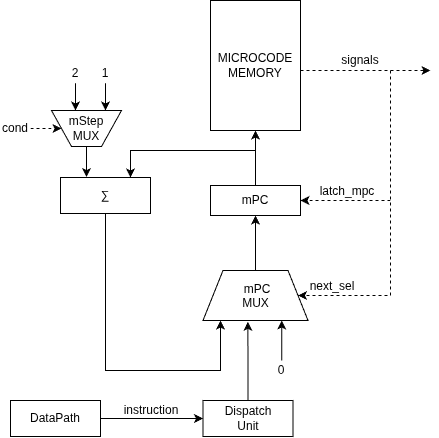
Above: controlunit.png in IlyaGorelov/meow (draw.io), before the change. Source tidied: cells renumbered, new cells last; positions are measured from the earlier drawing's top-left corner, leaving out a move shared by most shapes.
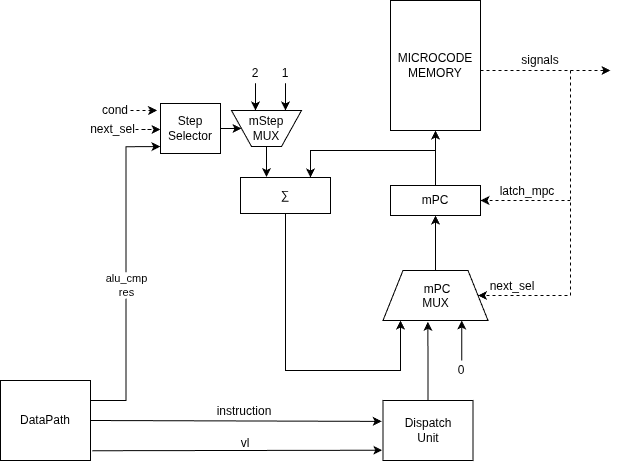
The same diagram one commit later.

Diff of the diagram source:
```diff
@@ -2,14 +2,14 @@
   <root>
     <mxCell id="0" />
     <mxCell id="1" parent="0" />
-    <mxCell id="2" style="rounded=0;jettySize=auto;html=1;entryX=0;entryY=0.5;entryDx=0;entryDy=0;defaultLabelBackgroundColor=page;" parent="1" edge="1" source="3" target="16">
+    <mxCell id="2" style="rounded=0;jettySize=auto;html=1;entryX=-0.014;entryY=0.348;entryDx=0;entryDy=0;defaultLabelBackgroundColor=page;exitX=1;exitY=0.5;exitDx=0;exitDy=0;entryPerimeter=0;" parent="1" edge="1" source="3" target="16">
       <mxGeometry x="0.15" relative="1" as="geometry" />
     </mxCell>
     <mxCell id="3" value="DataPath" style="rounded=0;whiteSpace=wrap;html=1;" parent="1" vertex="1">
-      <mxGeometry x="10" y="400" width="90" height="36" as="geometry" />
+      <mxGeometry x="-180" y="380" width="90" height="80" as="geometry" />
     </mxCell>
     <mxCell id="4" value="instruction" style="text;html=1;whiteSpace=wrap;strokeColor=none;fillColor=none;align=center;verticalAlign=middle;rounded=0;" parent="1" vertex="1">
-      <mxGeometry x="121" y="400" width="60" height="20" as="geometry" />
+      <mxGeometry x="34" y="401" width="60" height="20" as="geometry" />
     </mxCell>
     <mxCell id="5" style="edgeStyle=orthogonalEdgeStyle;rounded=0;jettySize=auto;html=1;defaultLabelBackgroundColor=page;entryX=0.5;entryY=1;entryDx=0;entryDy=0;" parent="1" edge="1" source="6" target="8">
       <mxGeometry relative="1" as="geometry" />
@@ -63,7 +63,7 @@
       <mxGeometry x="202.5" y="270" width="105" height="50" as="geometry" />
     </mxCell>
     <mxCell id="16" value="Dispatch&lt;div&gt;Unit&lt;/div&gt;" style="rounded=0;whiteSpace=wrap;html=1;" parent="1" vertex="1">
-      <mxGeometry x="202.5" y="400" width="90" height="36" as="geometry" />
+      <mxGeometry x="202.5" y="400" width="90" height="60" as="geometry" />
     </mxCell>
     <mxCell id="17" style="edgeStyle=orthogonalEdgeStyle;rounded=0;jettySize=auto;html=1;entryX=0.427;entryY=1.027;entryDx=0;entryDy=0;entryPerimeter=0;defaultLabelBackgroundColor=page;" parent="1" edge="1" source="16" target="15">
       <mxGeometry x="0.01" relative="1" as="geometry" />
@@ -112,13 +112,39 @@
     <mxCell id="28" value="2" style="text;html=1;whiteSpace=wrap;strokeColor=none;fillColor=none;align=center;verticalAlign=middle;rounded=0;" parent="1" vertex="1">
       <mxGeometry x="70" y="62.8" width="10" height="20" as="geometry" />
     </mxCell>
-    <mxCell id="29" style="endArrow=classic;html=1;rounded=0;defaultLabelBackgroundColor=page;labelPadding=0 4;entryX=1;entryY=0.5;entryDx=0;entryDy=0;dashed=1;" parent="1" edge="1" target="25">
-      <mxGeometry relative="1" as="geometry">
-        <mxPoint x="30" y="128" as="sourcePoint" />
-      </mxGeometry>
+    <mxCell id="29" style="endArrow=classic;html=1;rounded=0;defaultLabelBackgroundColor=page;labelPadding=0 4;entryX=1;entryY=0.5;entryDx=0;entryDy=0;exitX=1;exitY=0.5;exitDx=0;exitDy=0;" parent="1" edge="1" source="33" target="25">
+      <mxGeometry relative="1" as="geometry" />
     </mxCell>
     <mxCell id="30" value="cond" style="text;html=1;whiteSpace=wrap;strokeColor=none;fillColor=none;align=center;verticalAlign=middle;rounded=0;" parent="1" vertex="1">
-      <mxGeometry y="118" width="30" height="20" as="geometry" />
+      <mxGeometry x="-80" y="100" width="30" height="20" as="geometry" />
     </mxCell>
+    <mxCell id="31" style="rounded=0;jettySize=auto;html=1;defaultLabelBackgroundColor=page;exitX=1.019;exitY=0.878;exitDx=0;exitDy=0;exitPerimeter=0;entryX=-0.008;entryY=0.829;entryDx=0;entryDy=0;entryPerimeter=0;" parent="1" edge="1" source="3" target="16">
+      <mxGeometry x="0.69" relative="1" as="geometry" />
+    </mxCell>
+    <mxCell id="32" value="vl" style="text;html=1;whiteSpace=wrap;strokeColor=none;fillColor=none;align=center;verticalAlign=middle;rounded=0;" parent="1" vertex="1">
+      <mxGeometry x="50" y="433" width="30" height="20" as="geometry" />
+    </mxCell>
+    <mxCell id="33" value="Step&lt;div&gt;Selector&lt;/div&gt;" style="rounded=0;whiteSpace=wrap;html=1;" parent="1" vertex="1">
+      <mxGeometry x="-20" y="103" width="60" height="50" as="geometry" />
+    </mxCell>
+    <mxCell id="34" style="endArrow=classic;html=1;rounded=0;defaultLabelBackgroundColor=page;labelPadding=0 4;entryX=-0.002;entryY=0.863;entryDx=0;entryDy=0;edgeStyle=orthogonalEdgeStyle;entryPerimeter=0;" parent="1" edge="1" target="33">
+      <mxGeometry x="0.02" relative="1" as="geometry">
+        <mxPoint x="-90" y="400" as="sourcePoint" />
+      </mxGeometry>
+    </mxCell>
+    <mxCell id="35" value="alu_cmp&lt;div&gt;res&lt;/div&gt;" style="edgeLabel;html=1;align=center;verticalAlign=middle;inheritText=1;defaultLabelBackgroundColor=page;labelPadding=0 4;" parent="34" vertex="1">
+      <mxGeometry x="-0.07" relative="1" as="geometry" />
+    </mxCell>
+    <mxCell id="36" style="edgeStyle=orthogonalEdgeStyle;rounded=0;jettySize=auto;html=1;entryX=-0.057;entryY=0.138;entryDx=0;entryDy=0;entryPerimeter=0;defaultLabelBackgroundColor=page;labelPadding=0 4;dashed=1;" parent="1" edge="1" source="30" target="33">
+      <mxGeometry relative="1" as="geometry" />
+    </mxCell>
+    <mxCell id="37" style="edgeStyle=orthogonalEdgeStyle;rounded=0;jettySize=auto;html=1;entryX=0;entryY=0.5;entryDx=0;entryDy=0;defaultLabelBackgroundColor=page;labelPadding=0 4;dashed=1;" parent="1" edge="1" source="38">
+      <mxGeometry relative="1" as="geometry">
+        <mxPoint x="-20" y="129" as="targetPoint" />
+      </mxGeometry>
+    </mxCell>
+    <mxCell id="38" value="next_sel" style="text;html=1;whiteSpace=wrap;strokeColor=none;fillColor=none;align=center;verticalAlign=middle;rounded=0;" parent="1" vertex="1">
+      <mxGeometry x="-90" y="119" width="45" height="20" as="geometry" />
+    </mxCell>
   </root>
 </mxGraphModel>
```
